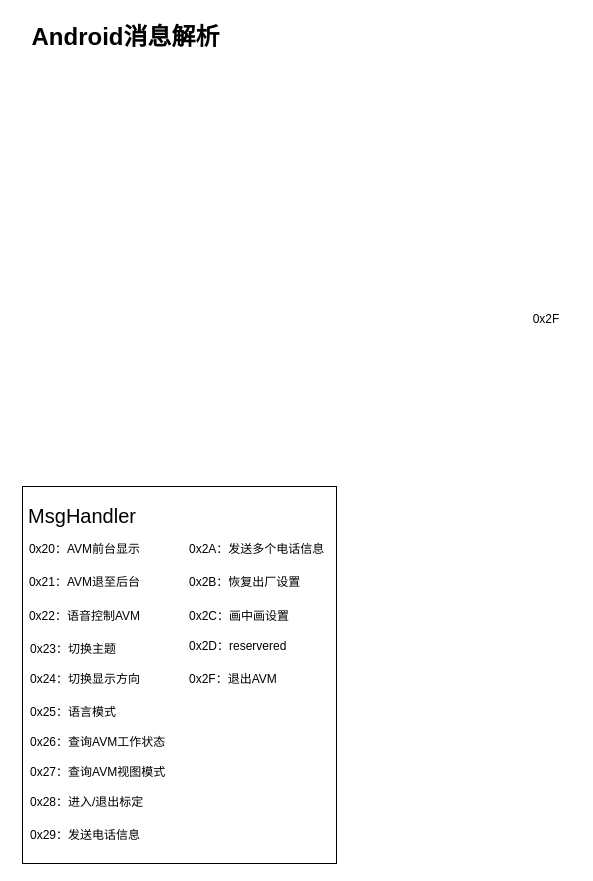
The draw.io diagram msg_handler.drawio in Jwf-520/Practice, before the edit. Source tidied: cells renumbered, new cells numbered last; positions are measured from the earlier drawing's top-left corner, leaving out a move shared by most shapes. Both pictures are drawn from the tidied source at 100%, with x=0, y=0 at pixel (17, 17).
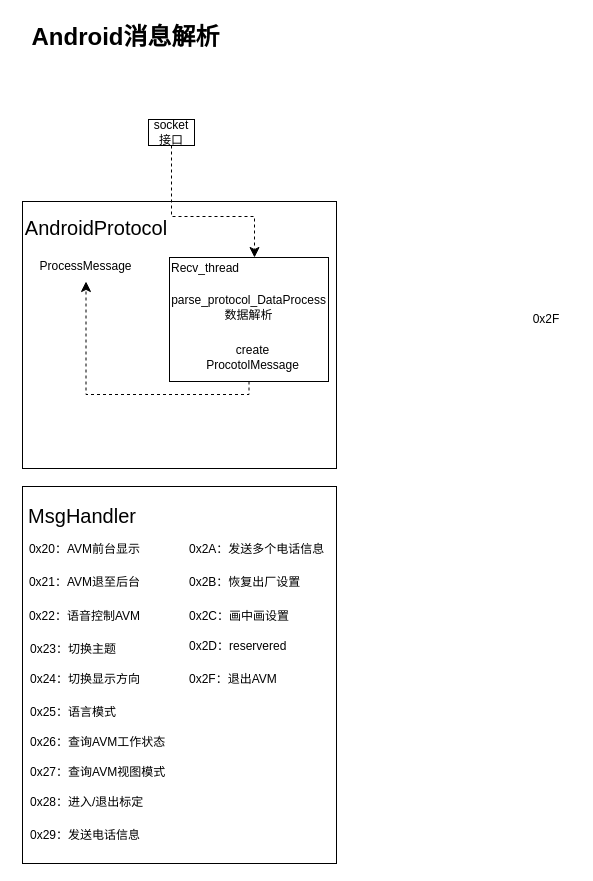
The same diagram, later.

Diff of the diagram source:
```diff
@@
+    <mxCell id="22" value="socket接口" style="rounded=0;whiteSpace=wrap;html=1;" parent="1" vertex="1">
+      <mxGeometry x="131" y="102" width="46" height="26" as="geometry" />
+    </mxCell>
+    <mxCell id="23" style="rounded=0;whiteSpace=wrap;html=1;" parent="1" vertex="1">
+      <mxGeometry x="5" y="184" width="314" height="267" as="geometry" />
+    </mxCell>
+    <mxCell id="24" value="AndroidProtocol" style="text;html=1;strokeColor=none;fillColor=none;align=center;verticalAlign=middle;whiteSpace=wrap;rounded=0;fontSize=20;" parent="1" vertex="1">
+      <mxGeometry x="33.5" y="184" width="90" height="52" as="geometry" />
+    </mxCell>
+    <mxCell id="25" value="ProcessMessage" style="text;html=1;strokeColor=none;fillColor=none;align=center;verticalAlign=middle;whiteSpace=wrap;rounded=0;" parent="1" vertex="1">
+      <mxGeometry x="5" y="234" width="127" height="30" as="geometry" />
+    </mxCell>
+    <mxCell id="26" style="rounded=0;whiteSpace=wrap;html=1;" parent="1" vertex="1">
+      <mxGeometry x="152" y="240" width="159" height="124" as="geometry" />
+    </mxCell>
+    <mxCell id="27" value="Recv_thread" style="text;html=1;strokeColor=none;fillColor=none;align=left;verticalAlign=middle;whiteSpace=wrap;rounded=0;" parent="1" vertex="1">
+      <mxGeometry x="152" y="236" width="186" height="30" as="geometry" />
+    </mxCell>
+    <mxCell id="28" style="edgeStyle=elbowEdgeStyle;elbow=vertical;endArrow=classic;html=1;curved=0;rounded=0;endSize=8;startSize=8;exitX=0.5;exitY=1;exitDx=0;exitDy=0;dashed=1;" parent="1" edge="1" source="22" target="26">
+      <mxGeometry relative="1" as="geometry">
+        <Array as="points">
+          <mxPoint x="237" y="199" />
+        </Array>
+      </mxGeometry>
+    </mxCell>
+    <mxCell id="29" value="parse_protocol_DataProcess&lt;br&gt;数据解析" style="text;html=1;strokeColor=none;fillColor=none;align=center;verticalAlign=middle;whiteSpace=wrap;rounded=0;" parent="1" vertex="1">
+      <mxGeometry x="173" y="275" width="117" height="30" as="geometry" />
+    </mxCell>
+    <mxCell id="30" value="create ProcotolMessage" style="text;html=1;strokeColor=none;fillColor=none;align=center;verticalAlign=middle;whiteSpace=wrap;rounded=0;" parent="1" vertex="1">
+      <mxGeometry x="177" y="325" width="117" height="30" as="geometry" />
+    </mxCell>
+    <mxCell id="31" style="edgeStyle=elbowEdgeStyle;elbow=vertical;endArrow=classic;html=1;curved=0;rounded=0;endSize=8;startSize=8;exitX=0.5;exitY=1;exitDx=0;exitDy=0;entryX=0.5;entryY=1;entryDx=0;entryDy=0;dashed=1;" parent="1" edge="1" source="26" target="25">
+      <mxGeometry relative="1" as="geometry">
+        <Array as="points">
+          <mxPoint x="151" y="377" />
+        </Array>
+      </mxGeometry>
+    </mxCell>
```
